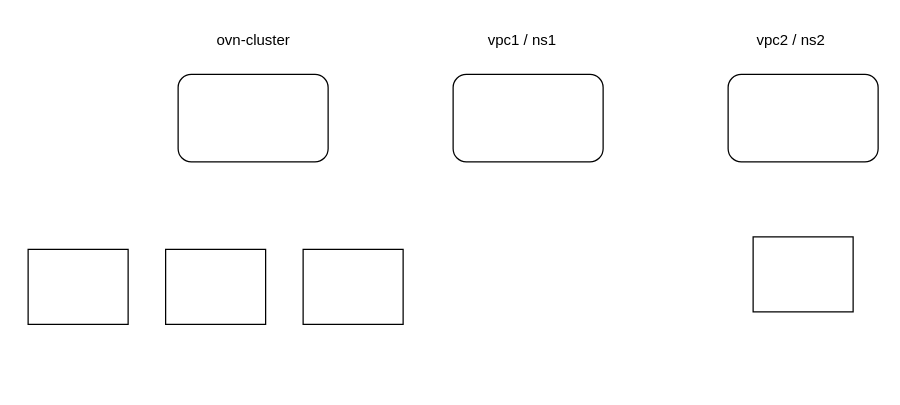
pslzym/algo keeps this draw.io diagram as kube-ovn-network2.drawio. Above is the earlier version. Source tidied: cells renumbered, new cells numbered last; positions are measured from the earlier drawing's top-left corner, leaving out a move shared by most shapes. Both pictures are drawn from the tidied source at 125%, with x=0, y=0 at pixel (28, 21).
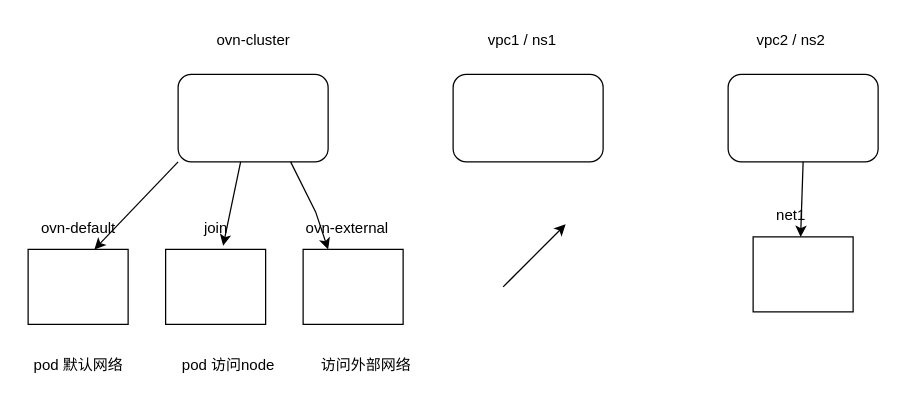
After the change.

The change refers to these unchanged cells:
```xml
<mxCell id="2" style="rounded=1;whiteSpace=wrap;html=1;" parent="1" vertex="1">
  <mxGeometry x="120" y="42" width="120" height="70" as="geometry" />
</mxCell>
<mxCell id="4" style="rounded=1;whiteSpace=wrap;html=1;" parent="1" vertex="1">
  <mxGeometry x="560" y="42" width="120" height="70" as="geometry" />
</mxCell>
<mxCell id="10" style="rounded=0;whiteSpace=wrap;html=1;" parent="1" vertex="1">
  <mxGeometry x="220" y="182" width="80" height="60" as="geometry" />
</mxCell>
```

What changed in the source:
```diff
@@
+    <mxCell id="12" value="ovn-default" style="text;html=1;align=center;verticalAlign=middle;points=[];strokeColor=none;fillColor=none;" parent="1" vertex="1">
+      <mxGeometry y="150" width="80" height="30" as="geometry" />
+    </mxCell>
+    <mxCell id="13" value="join" style="text;html=1;align=center;verticalAlign=middle;points=[];strokeColor=none;fillColor=none;" parent="1" vertex="1">
+      <mxGeometry x="130" y="150" width="40" height="30" as="geometry" />
+    </mxCell>
+    <mxCell id="14" value="ovn-external" style="text;html=1;align=center;verticalAlign=middle;strokeColor=none;fillColor=none;" parent="1" vertex="1">
+      <mxGeometry x="210" y="150" width="90" height="30" as="geometry" />
+    </mxCell>
+    <mxCell id="15" value="pod 默认网络" style="text;html=1;align=center;verticalAlign=middle;strokeColor=none;fillColor=none;" parent="1" vertex="1">
+      <mxGeometry x="-5" y="260" width="90" height="30" as="geometry" />
+    </mxCell>
+    <mxCell id="16" value="pod 访问node" style="text;html=1;align=center;verticalAlign=middle;strokeColor=none;fillColor=none;" parent="1" vertex="1">
+      <mxGeometry x="110" y="260" width="100" height="30" as="geometry" />
+    </mxCell>
+    <mxCell id="17" value="访问外部网络" style="text;html=1;align=center;verticalAlign=middle;strokeColor=none;fillColor=none;" parent="1" vertex="1">
+      <mxGeometry x="220" y="260" width="100" height="30" as="geometry" />
+    </mxCell>
+    <mxCell id="18" style="edgeStyle=none;rounded=0;jettySize=auto;html=1;exitX=0;exitY=1;exitDx=0;exitDy=0;entryX=0.663;entryY=1.067;entryDx=0;entryDy=0;entryPerimeter=0;" parent="1" edge="1" source="2" target="12">
+      <mxGeometry relative="1" as="geometry" />
+    </mxCell>
+    <mxCell id="19" style="endArrow=classic;html=1;rounded=0;entryX=0.65;entryY=0.967;entryDx=0;entryDy=0;entryPerimeter=0;" parent="1" edge="1" target="13">
+      <mxGeometry relative="1" as="geometry">
+        <mxPoint x="170" y="112" as="sourcePoint" />
+      </mxGeometry>
+    </mxCell>
+    <mxCell id="20" style="endArrow=classic;html=1;rounded=0;entryX=0.25;entryY=0;entryDx=0;entryDy=0;exitX=0.75;exitY=1;exitDx=0;exitDy=0;" parent="1" edge="1" source="2" target="10">
+      <mxGeometry relative="1" as="geometry">
+        <Array as="points">
+          <mxPoint x="230" y="152" />
+        </Array>
+      </mxGeometry>
+    </mxCell>
+    <mxCell id="21" value="net1" style="text;html=1;align=center;verticalAlign=middle;points=[];strokeColor=none;fillColor=none;" parent="1" vertex="1">
+      <mxGeometry x="585" y="140" width="50" height="30" as="geometry" />
+    </mxCell>
+    <mxCell id="22" style="endArrow=classic;html=1;rounded=0;" parent="1" edge="1">
+      <mxGeometry relative="1" as="geometry">
+        <mxPoint x="380" y="212" as="sourcePoint" />
+        <mxPoint x="430" y="162" as="targetPoint" />
+      </mxGeometry>
+    </mxCell>
+    <mxCell id="23" style="edgeStyle=none;rounded=0;jettySize=auto;html=1;exitX=0.5;exitY=1;exitDx=0;exitDy=0;entryX=0.66;entryY=1.067;entryDx=0;entryDy=0;entryPerimeter=0;" parent="1" edge="1" source="4" target="21">
+      <mxGeometry relative="1" as="geometry" />
+    </mxCell>
```
